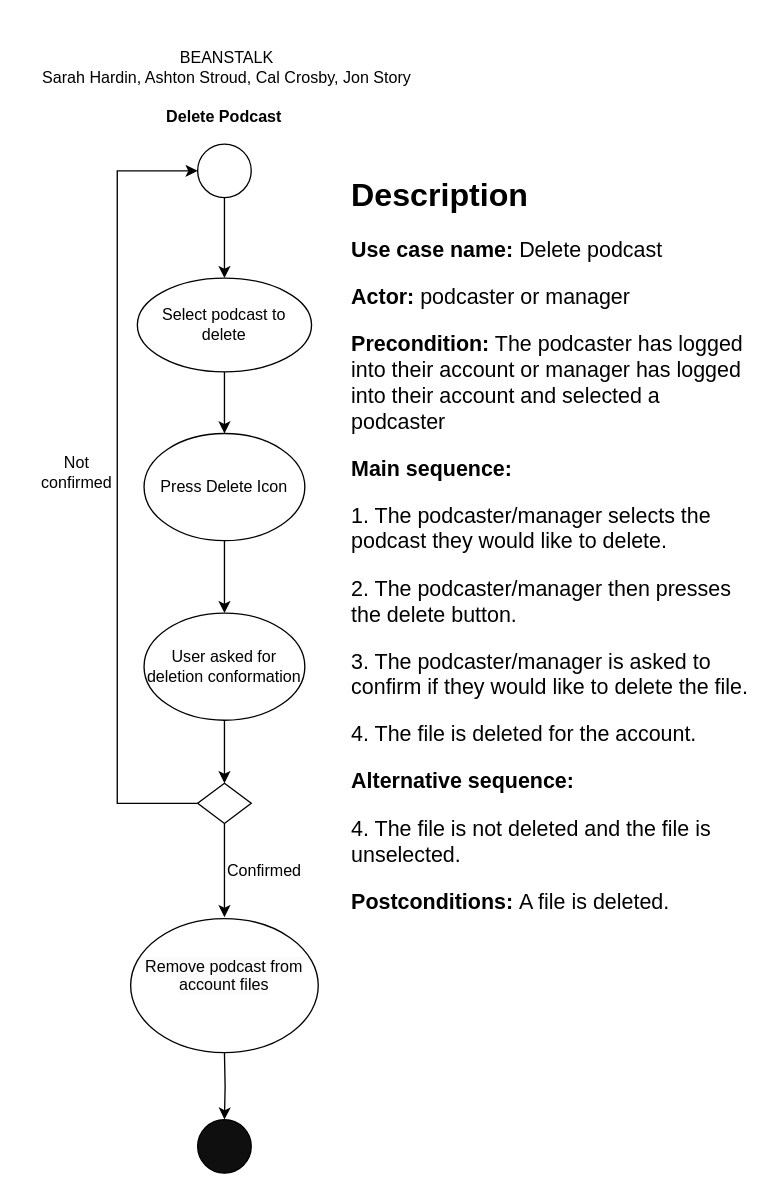
Above: delete_podcast_activity.drawio in Glizzus/COMP-3700 (draw.io), before the change. Source tidied: cells renumbered, new cells numbered last; positions are measured from the earlier drawing's top-left corner, leaving out a move shared by most shapes. Both pictures are drawn from the tidied source at 134%, with x=0, y=0 at pixel (25, 47).
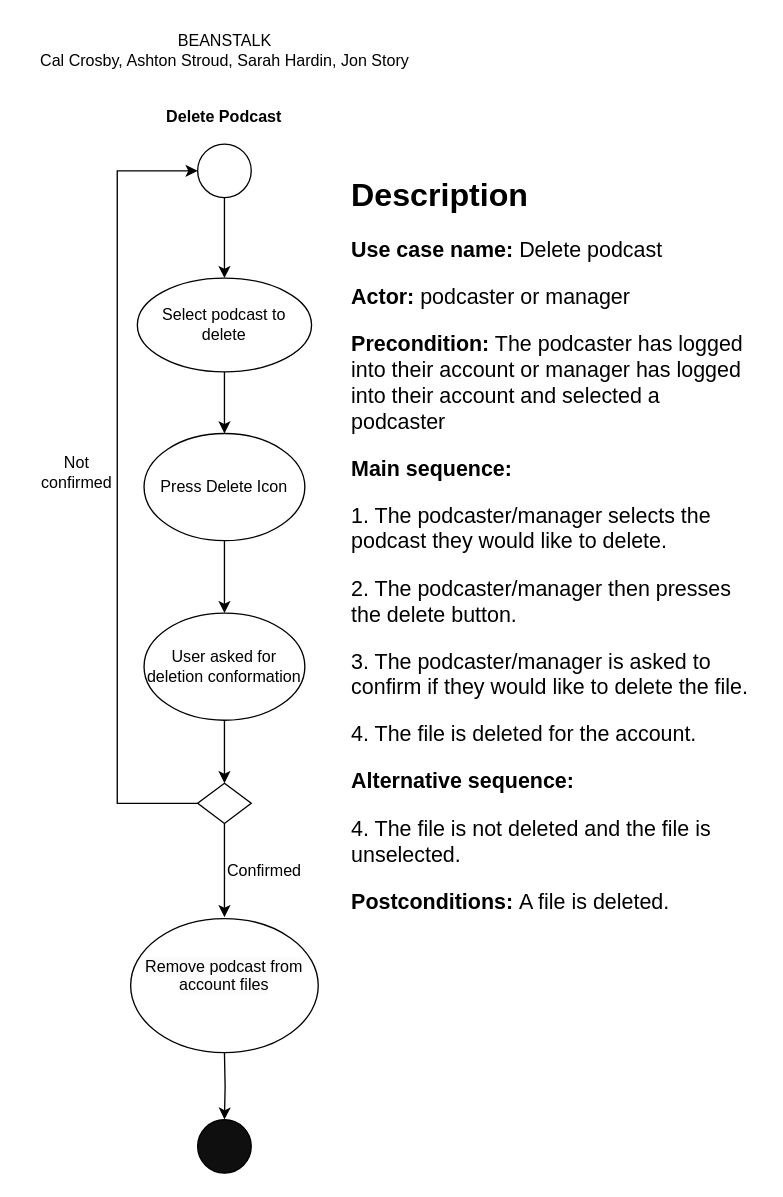
Above is the later version.

What changed in the source:
```diff
@@
-    <mxCell id="20" value="BEANSTALK&lt;br style=&quot;border-color: var(--border-color);&quot;&gt;&lt;span style=&quot;&quot;&gt;Sarah Hardin, Ashton Stroud, Cal Crosby, Jon Story&lt;/span&gt;" style="text;html=1;strokeColor=none;fillColor=none;align=center;verticalAlign=middle;whiteSpace=wrap;rounded=0;" parent="1" vertex="1">
-      <mxGeometry width="300" height="30" as="geometry" />
-    </mxCell>
+    <mxCell id="21" value="BEANSTALK&lt;br&gt;Cal Crosby, Ashton Stroud, Sarah Hardin, Jon Story" style="text;html=1;align=center;verticalAlign=middle;strokeColor=none;fillColor=none;" parent="1" vertex="1">
+      <mxGeometry x="-2" y="-18" width="300" height="40" as="geometry" />
+    </mxCell>
```
